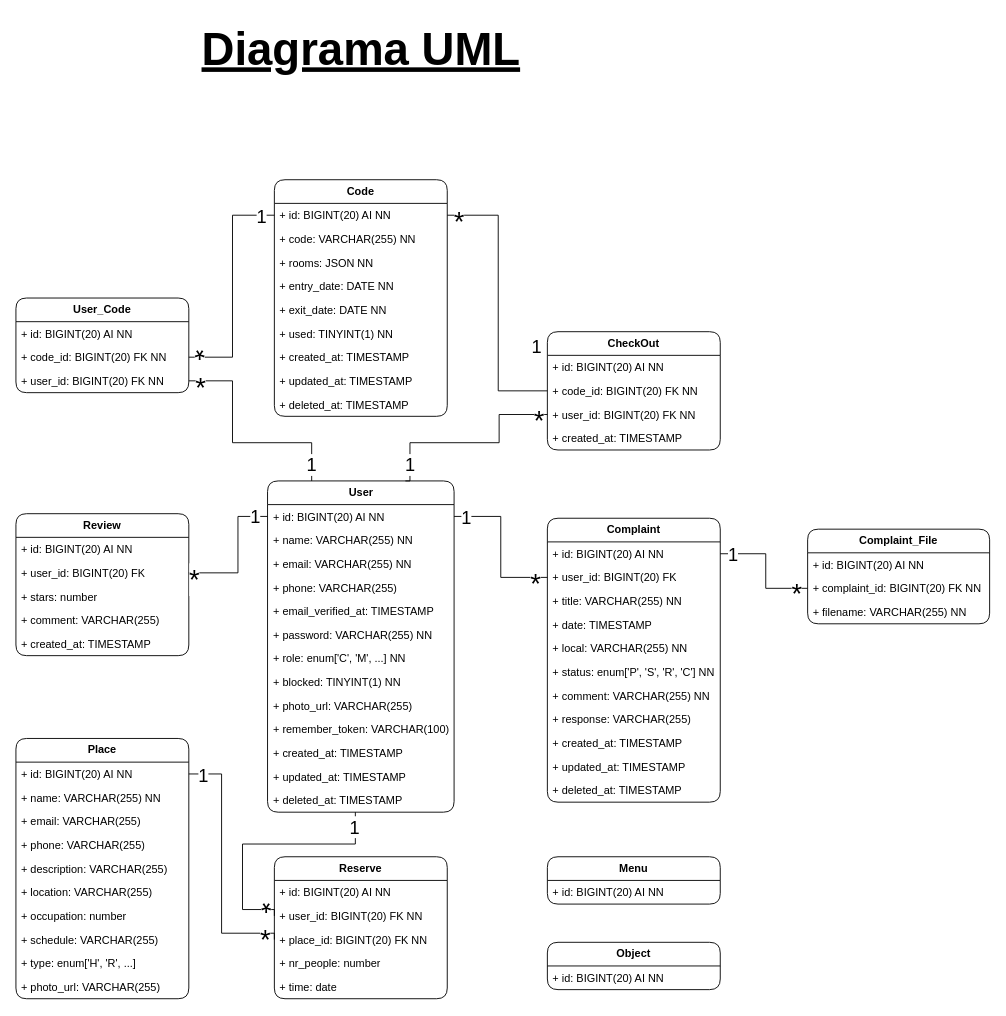
This is page "Diagrama UML" (1 of 2) of HappyGuest.drawio from Happy-Guest/HG-Notes, a draw.io file, before an edit. Source tidied: cells renumbered, new cells numbered last; positions are measured from the earlier drawing's top-left corner, leaving out a move shared by most shapes. Both pictures are drawn from the tidied source at 91%, with x=0, y=0 at pixel (15, 15).
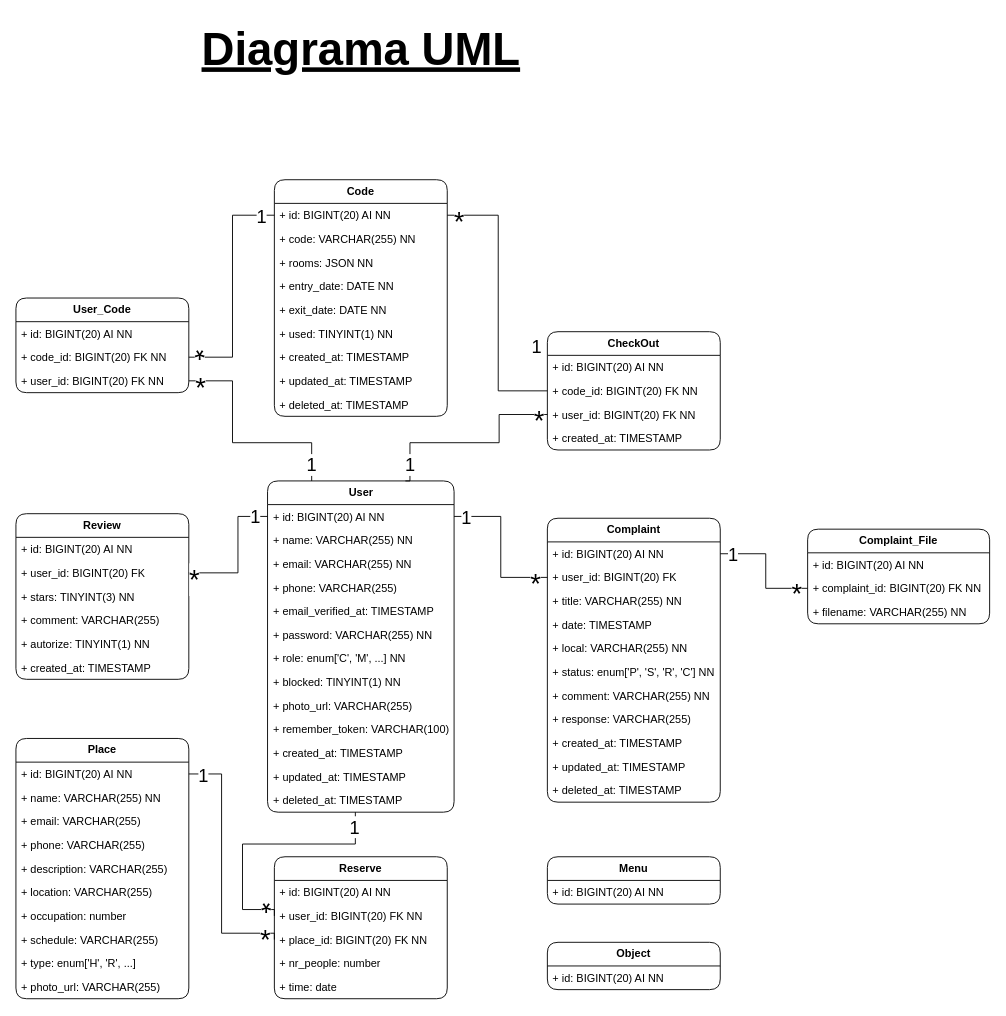
The same page after the edit.

The edit, as a diff of the source:
```diff
@@
     <mxCell id="39" value="&lt;b&gt;Review&lt;/b&gt;" style="swimlane;fontStyle=0;horizontal=1;startSize=26;fillColor=none;whiteSpace=wrap;html=1;perimeterSpacing=0;rounded=1;" parent="1" vertex="1">
-      <mxGeometry y="547" width="190" height="156" as="geometry" />
+      <mxGeometry y="547" width="190" height="182" as="geometry" />
     </mxCell>
@@
-    <mxCell id="42" value="+ stars: number" style="text;strokeColor=none;fillColor=none;align=left;verticalAlign=top;spacingLeft=4;spacingRight=4;overflow=hidden;whiteSpace=wrap;html=1;" parent="39" vertex="1">
+    <mxCell id="42" value="+ stars: TINYINT(3) NN" style="text;strokeColor=none;fillColor=none;align=left;verticalAlign=top;spacingLeft=4;spacingRight=4;overflow=hidden;whiteSpace=wrap;html=1;" parent="39" vertex="1">
       <mxGeometry y="78" width="190" height="26" as="geometry" />
     </mxCell>
@@
+    <mxCell id="106" value="+ autorize: TINYINT(1) NN" style="text;strokeColor=none;fillColor=none;align=left;verticalAlign=top;spacingLeft=4;spacingRight=4;overflow=hidden;whiteSpace=wrap;html=1;" parent="39" vertex="1">
+      <mxGeometry y="130" width="190" height="26" as="geometry" />
+    </mxCell>
     <mxCell id="44" value="+ created_at: TIMESTAMP" style="text;strokeColor=none;fillColor=none;align=left;verticalAlign=top;spacingLeft=4;spacingRight=4;overflow=hidden;whiteSpace=wrap;html=1;" parent="39" vertex="1">
-      <mxGeometry y="130" width="190" height="26" as="geometry" />
+      <mxGeometry y="156" width="190" height="26" as="geometry" />
     </mxCell>
```
